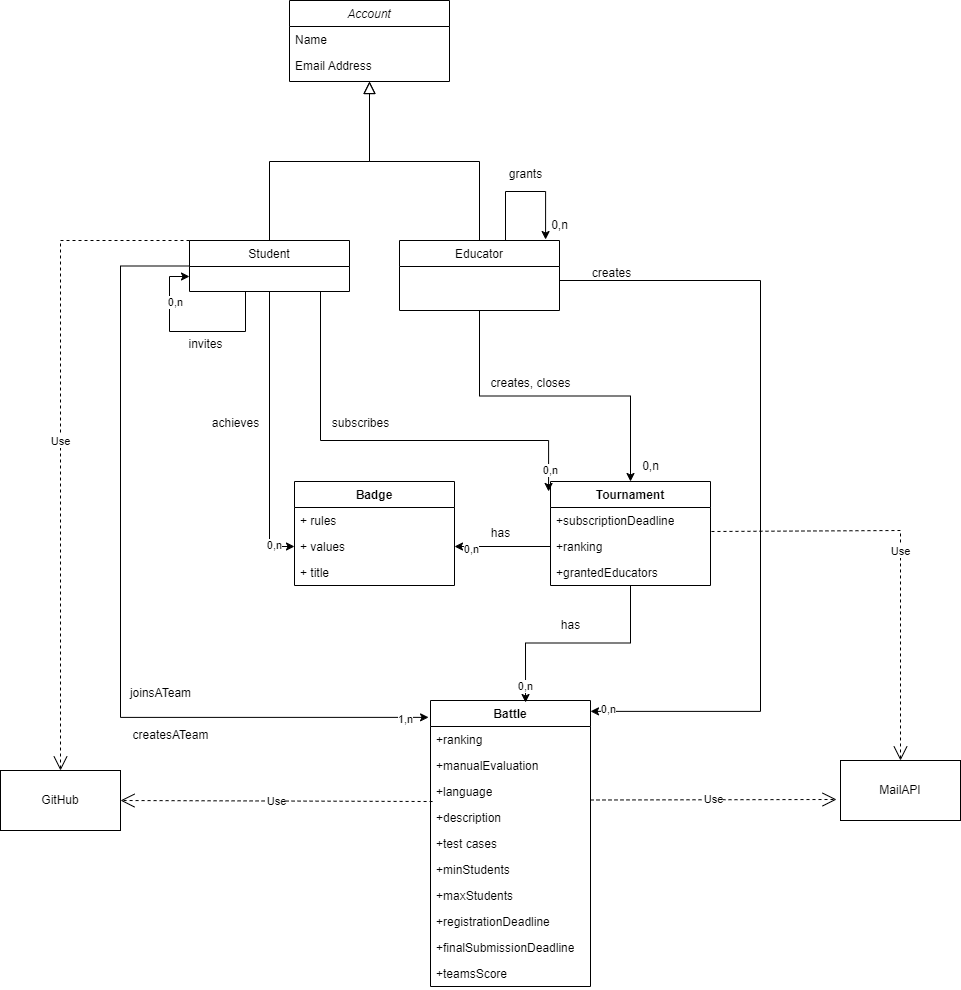
pontig/sw-eng-2-PasiniPontiggiaStasi keeps this draw.io diagram as RASD/images/state_diagrams/ClassDiagram.png. Above is the earlier version. Source tidied: cells renumbered, new cells last; positions are measured from the earlier drawing's top-left corner, leaving out a move shared by most shapes.
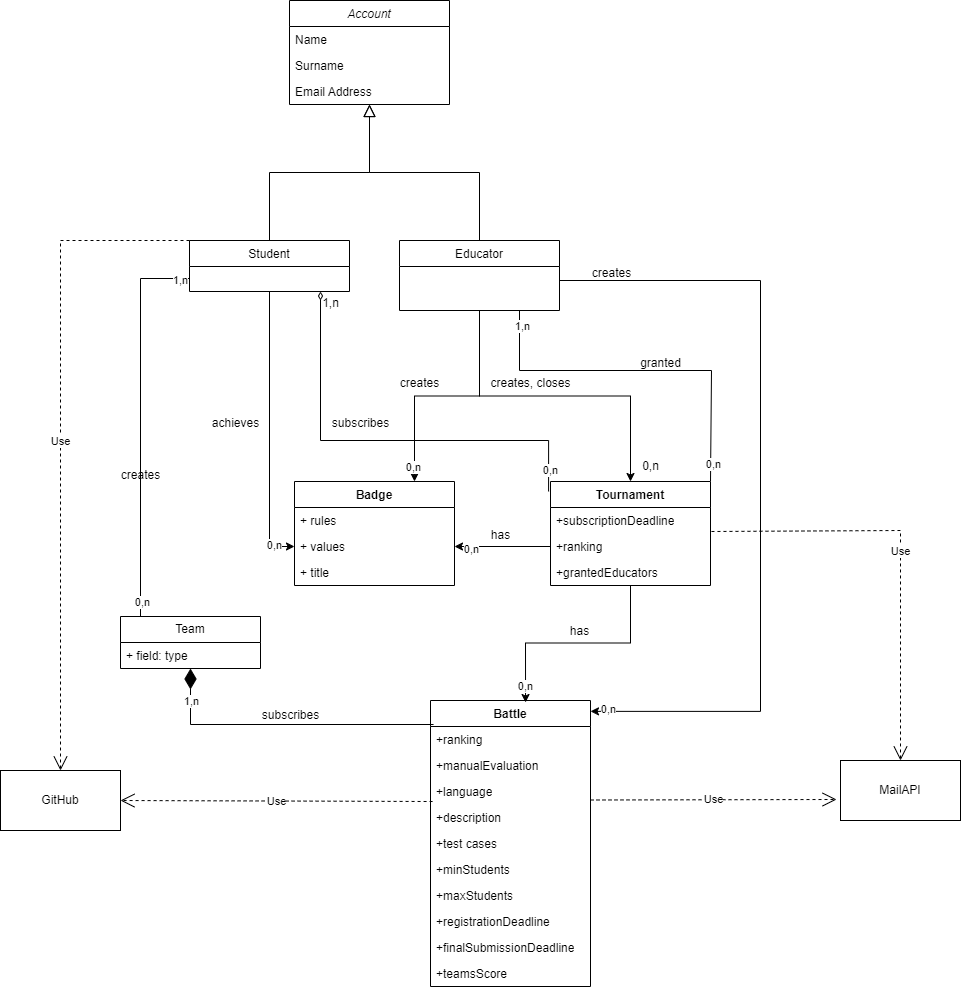
Above is the later version.

Commit message:
first version of alloy and class diagram changed

Diff of the diagram source:
```diff
@@ -3,13 +3,16 @@
     <mxCell id="0" />
     <mxCell id="1" parent="0" />
     <mxCell id="2" value="Account" style="swimlane;fontStyle=2;align=center;verticalAlign=top;horizontal=1;startSize=26;rounded=0;shadow=0;strokeWidth=1;" parent="1" vertex="1">
-      <mxGeometry x="289" width="160" height="81" as="geometry" />
+      <mxGeometry x="289" width="160" height="104" as="geometry" />
     </mxCell>
     <mxCell id="3" value="Name" style="text;align=left;verticalAlign=top;spacingLeft=4;spacingRight=4;overflow=hidden;" parent="2" vertex="1">
       <mxGeometry y="26" width="160" height="26" as="geometry" />
     </mxCell>
+    <mxCell id="62" value="Surname" style="text;align=left;verticalAlign=top;spacingLeft=4;spacingRight=4;overflow=hidden;" parent="2" vertex="1">
+      <mxGeometry y="52" width="160" height="26" as="geometry" />
+    </mxCell>
     <mxCell id="4" value="Email Address" style="text;align=left;verticalAlign=top;spacingLeft=4;spacingRight=4;overflow=hidden;rounded=0;shadow=0;html=0;" parent="2" vertex="1">
-      <mxGeometry y="52" width="160" height="26" as="geometry" />
+      <mxGeometry y="78" width="160" height="26" as="geometry" />
     </mxCell>
     <mxCell id="5" style="edgeStyle=orthogonalEdgeStyle;rounded=0;jettySize=auto;html=1;entryX=0;entryY=0.5;entryDx=0;entryDy=0;" parent="1" edge="1" source="7" target="20">
       <mxGeometry relative="1" as="geometry" />
@@ -26,42 +29,32 @@
     <mxCell id="9" style="edgeStyle=orthogonalEdgeStyle;rounded=0;jettySize=auto;html=1;" parent="1" edge="1" source="10" target="22">
       <mxGeometry relative="1" as="geometry" />
     </mxCell>
+    <mxCell id="63" style="edgeStyle=orthogonalEdgeStyle;rounded=0;jettySize=auto;html=1;exitX=0.75;exitY=1;exitDx=0;exitDy=0;entryX=1;entryY=0;entryDx=0;entryDy=0;endArrow=none;endFill=0;" parent="1" edge="1" source="10" target="22">
+      <mxGeometry relative="1" as="geometry">
+        <Array as="points">
+          <mxPoint x="519" y="370" />
+          <mxPoint x="711" y="370" />
+        </Array>
+      </mxGeometry>
+    </mxCell>
+    <mxCell id="64" value="1,n" style="edgeLabel;html=1;align=center;verticalAlign=middle;" parent="63" vertex="1">
+      <mxGeometry x="-0.92" y="2" relative="1" as="geometry" />
+    </mxCell>
+    <mxCell id="65" value="0,n" style="edgeLabel;html=1;align=center;verticalAlign=middle;" parent="63" vertex="1">
+      <mxGeometry x="0.9" y="2" relative="1" as="geometry" />
+    </mxCell>
+    <mxCell id="66" style="edgeStyle=orthogonalEdgeStyle;rounded=0;jettySize=auto;html=1;entryX=0.75;entryY=0;entryDx=0;entryDy=0;" parent="1" edge="1" source="10" target="18">
+      <mxGeometry relative="1" as="geometry" />
+    </mxCell>
+    <mxCell id="67" value="0,n" style="edgeLabel;html=1;align=center;verticalAlign=middle;" parent="66" vertex="1">
+      <mxGeometry x="0.87" y="-2" relative="1" as="geometry" />
+    </mxCell>
     <mxCell id="10" value="Educator" style="swimlane;fontStyle=0;align=center;verticalAlign=top;horizontal=1;startSize=26;rounded=0;shadow=0;strokeWidth=1;" parent="1" vertex="1">
       <mxGeometry x="399" y="240" width="160" height="70" as="geometry" />
     </mxCell>
     <mxCell id="11" style="endArrow=block;endSize=10;endFill=0;shadow=0;strokeWidth=1;rounded=0;edgeStyle=elbowEdgeStyle;elbow=vertical;" parent="1" edge="1" source="10" target="2">
       <mxGeometry relative="1" as="geometry" />
     </mxCell>
-    <mxCell id="12" style="edgeStyle=orthogonalEdgeStyle;rounded=0;orthogonalLoop=1;jettySize=auto;html=1;entryX=0.913;entryY=-0.014;entryDx=0;entryDy=0;entryPerimeter=0;" parent="1" edge="1" source="10" target="10">
-      <mxGeometry relative="1" as="geometry">
-        <Array as="points">
-          <mxPoint x="505" y="191" />
-          <mxPoint x="545" y="191" />
-        </Array>
-      </mxGeometry>
-    </mxCell>
-    <mxCell id="13" value="grants" style="text;html=1;align=center;verticalAlign=middle;strokeColor=none;fillColor=none;" parent="1" vertex="1">
-      <mxGeometry x="495" y="159" width="60" height="30" as="geometry" />
-    </mxCell>
-    <mxCell id="14" value="0,n" style="text;html=1;align=center;verticalAlign=middle;strokeColor=none;fillColor=none;" parent="1" vertex="1">
-      <mxGeometry x="539" y="210" width="40" height="30" as="geometry" />
-    </mxCell>
-    <mxCell id="15" style="edgeStyle=orthogonalEdgeStyle;rounded=0;jettySize=auto;html=1;entryX=0;entryY=0.5;entryDx=0;entryDy=0;" parent="1" edge="1" source="7">
-      <mxGeometry relative="1" as="geometry">
-        <mxPoint x="189" y="276" as="targetPoint" />
-        <Array as="points">
-          <mxPoint x="245" y="331" />
-          <mxPoint x="169" y="331" />
-          <mxPoint x="169" y="276" />
-        </Array>
-      </mxGeometry>
-    </mxCell>
-    <mxCell id="16" value="0,n" style="edgeLabel;html=1;align=center;verticalAlign=middle;" parent="15" vertex="1">
-      <mxGeometry x="0.53" y="-5" relative="1" as="geometry" />
-    </mxCell>
-    <mxCell id="17" value="invites" style="text;html=1;align=center;verticalAlign=middle;strokeColor=none;fillColor=none;" parent="1" vertex="1">
-      <mxGeometry x="175" y="329" width="60" height="30" as="geometry" />
-    </mxCell>
     <mxCell id="18" value="Badge" style="swimlane;fontStyle=1;align=center;verticalAlign=top;horizontal=1;startSize=26;whiteSpace=wrap;html=1;" parent="1" vertex="1">
       <mxGeometry x="294" y="481" width="160" height="104" as="geometry" />
     </mxCell>
@@ -135,7 +128,7 @@
       <mxGeometry x="0.67" y="2" relative="1" as="geometry" />
     </mxCell>
     <mxCell id="42" value="has" style="text;html=1;align=center;verticalAlign=middle;strokeColor=none;fillColor=none;" parent="1" vertex="1">
-      <mxGeometry x="480" y="518" width="40" height="30" as="geometry" />
+      <mxGeometry x="480" y="520" width="40" height="30" as="geometry" />
     </mxCell>
     <mxCell id="43" style="edgeStyle=orthogonalEdgeStyle;rounded=0;jettySize=auto;html=1;entryX=0.594;entryY=0.007;entryDx=0;entryDy=0;entryPerimeter=0;" parent="1" edge="1" source="22" target="26">
       <mxGeometry relative="1" as="geometry" />
@@ -144,7 +137,7 @@
       <mxGeometry x="0.85" y="-1" relative="1" as="geometry" />
     </mxCell>
     <mxCell id="45" value="has" style="text;html=1;align=center;verticalAlign=middle;strokeColor=none;fillColor=none;" parent="1" vertex="1">
-      <mxGeometry x="550" y="610" width="40" height="30" as="geometry" />
+      <mxGeometry x="559" y="616" width="40" height="30" as="geometry" />
     </mxCell>
     <mxCell id="46" value="creates, closes" style="text;html=1;align=center;verticalAlign=middle;strokeColor=none;fillColor=none;" parent="1" vertex="1">
       <mxGeometry x="480" y="368" width="100" height="30" as="geometry" />
@@ -152,7 +145,7 @@
     <mxCell id="47" value="0,n" style="text;html=1;align=center;verticalAlign=middle;strokeColor=none;fillColor=none;" parent="1" vertex="1">
       <mxGeometry x="630" y="451" width="40" height="30" as="geometry" />
     </mxCell>
-    <mxCell id="48" style="edgeStyle=orthogonalEdgeStyle;rounded=0;jettySize=auto;html=1;entryX=-0.012;entryY=0.096;entryDx=0;entryDy=0;entryPerimeter=0;" parent="1" edge="1" source="7" target="22">
+    <mxCell id="48" style="edgeStyle=orthogonalEdgeStyle;rounded=0;jettySize=auto;html=1;entryX=-0.012;entryY=0.096;entryDx=0;entryDy=0;entryPerimeter=0;endArrow=none;endFill=0;startArrow=diamondThin;startFill=0;endSize=6;startSize=6;strokeWidth=1;" parent="1" edge="1" source="7" target="22">
       <mxGeometry relative="1" as="geometry">
         <Array as="points">
           <mxPoint x="320" y="440" />
@@ -166,23 +159,6 @@
     <mxCell id="50" value="subscribes" style="text;html=1;align=center;verticalAlign=middle;strokeColor=none;fillColor=none;" parent="1" vertex="1">
       <mxGeometry x="320" y="408" width="80" height="30" as="geometry" />
     </mxCell>
-    <mxCell id="51" style="edgeStyle=orthogonalEdgeStyle;rounded=0;jettySize=auto;html=1;entryX=-0.012;entryY=0.059;entryDx=0;entryDy=0;entryPerimeter=0;" parent="1" edge="1" source="7" target="26">
-      <mxGeometry relative="1" as="geometry">
-        <Array as="points">
-          <mxPoint x="120" y="266" />
-          <mxPoint x="120" y="717" />
-        </Array>
-      </mxGeometry>
-    </mxCell>
-    <mxCell id="52" value="1,n" style="edgeLabel;html=1;align=center;verticalAlign=middle;" parent="51" vertex="1">
-      <mxGeometry x="0.94" y="-2" relative="1" as="geometry" />
-    </mxCell>
-    <mxCell id="53" value="joinsATeam" style="text;html=1;align=center;verticalAlign=middle;strokeColor=none;fillColor=none;" parent="1" vertex="1">
-      <mxGeometry x="120" y="678" width="80" height="30" as="geometry" />
-    </mxCell>
-    <mxCell id="54" value="createsATeam" style="text;html=1;align=center;verticalAlign=middle;strokeColor=none;fillColor=none;" parent="1" vertex="1">
-      <mxGeometry x="120" y="720" width="100" height="30" as="geometry" />
-    </mxCell>
     <mxCell id="55" style="edgeStyle=orthogonalEdgeStyle;rounded=0;jettySize=auto;html=1;entryX=1;entryY=0.038;entryDx=0;entryDy=0;entryPerimeter=0;" parent="1" edge="1" source="10" target="26">
       <mxGeometry relative="1" as="geometry">
         <Array as="points">
@@ -219,5 +195,48 @@
         </Array>
       </mxGeometry>
     </mxCell>
+    <mxCell id="68" value="granted" style="text;html=1;align=center;verticalAlign=middle;strokeColor=none;fillColor=none;" parent="1" vertex="1">
+      <mxGeometry x="630" y="348" width="60" height="30" as="geometry" />
+    </mxCell>
+    <mxCell id="69" value="1,n" style="text;html=1;align=center;verticalAlign=middle;strokeColor=none;fillColor=none;" parent="1" vertex="1">
+      <mxGeometry x="310" y="288" width="40" height="30" as="geometry" />
+    </mxCell>
+    <mxCell id="70" style="edgeStyle=orthogonalEdgeStyle;rounded=0;jettySize=auto;html=1;endArrow=none;endFill=0;" parent="1" edge="1" source="73">
+      <mxGeometry relative="1" as="geometry">
+        <mxPoint x="189" y="278" as="targetPoint" />
+        <Array as="points">
+          <mxPoint x="140" y="278" />
+        </Array>
+      </mxGeometry>
+    </mxCell>
+    <mxCell id="71" value="1,n" style="edgeLabel;html=1;align=center;verticalAlign=middle;" parent="70" vertex="1">
+      <mxGeometry x="0.95" y="-1" relative="1" as="geometry" />
+    </mxCell>
+    <mxCell id="72" value="0,n" style="edgeLabel;html=1;align=center;verticalAlign=middle;" parent="70" vertex="1">
+      <mxGeometry x="-0.92" y="-1" relative="1" as="geometry" />
+    </mxCell>
+    <mxCell id="73" value="Team" style="swimlane;fontStyle=0;horizontal=1;startSize=26;fillColor=none;whiteSpace=wrap;html=1;" parent="1" vertex="1">
+      <mxGeometry x="120" y="616" width="140" height="52" as="geometry" />
+    </mxCell>
+    <mxCell id="74" value="+ field: type" style="text;strokeColor=none;fillColor=none;align=left;verticalAlign=top;spacingLeft=4;spacingRight=4;overflow=hidden;whiteSpace=wrap;html=1;" parent="73" vertex="1">
+      <mxGeometry y="26" width="140" height="26" as="geometry" />
+    </mxCell>
+    <mxCell id="75" value="creates" style="text;html=1;align=center;verticalAlign=middle;strokeColor=none;fillColor=none;" parent="1" vertex="1">
+      <mxGeometry x="110" y="460" width="60" height="30" as="geometry" />
+    </mxCell>
+    <mxCell id="76" style="edgeStyle=orthogonalEdgeStyle;rounded=0;jettySize=auto;html=1;entryX=0.019;entryY=-0.077;entryDx=0;entryDy=0;entryPerimeter=0;endArrow=none;endFill=0;startArrow=diamondThin;startFill=1;strokeWidth=1;sourcePerimeterSpacing=0;endSize=8;startSize=18;" parent="1" edge="1" source="73" target="27">
+      <mxGeometry relative="1" as="geometry" />
+    </mxCell>
+    <mxCell id="77" value="1,n" style="edgeLabel;html=1;align=center;verticalAlign=middle;" parent="76" vertex="1">
+      <mxGeometry x="-0.85" y="2" relative="1" as="geometry">
+        <mxPoint x="-2" y="9" as="offset" />
+      </mxGeometry>
+    </mxCell>
+    <mxCell id="78" value="subscribes" style="text;html=1;align=center;verticalAlign=middle;strokeColor=none;fillColor=none;" parent="1" vertex="1">
+      <mxGeometry x="250" y="700" width="80" height="30" as="geometry" />
+    </mxCell>
+    <mxCell id="79" value="creates" style="text;html=1;align=center;verticalAlign=middle;strokeColor=none;fillColor=none;" parent="1" vertex="1">
+      <mxGeometry x="389" y="368" width="60" height="30" as="geometry" />
+    </mxCell>
   </root>
 </mxGraphModel>
```
